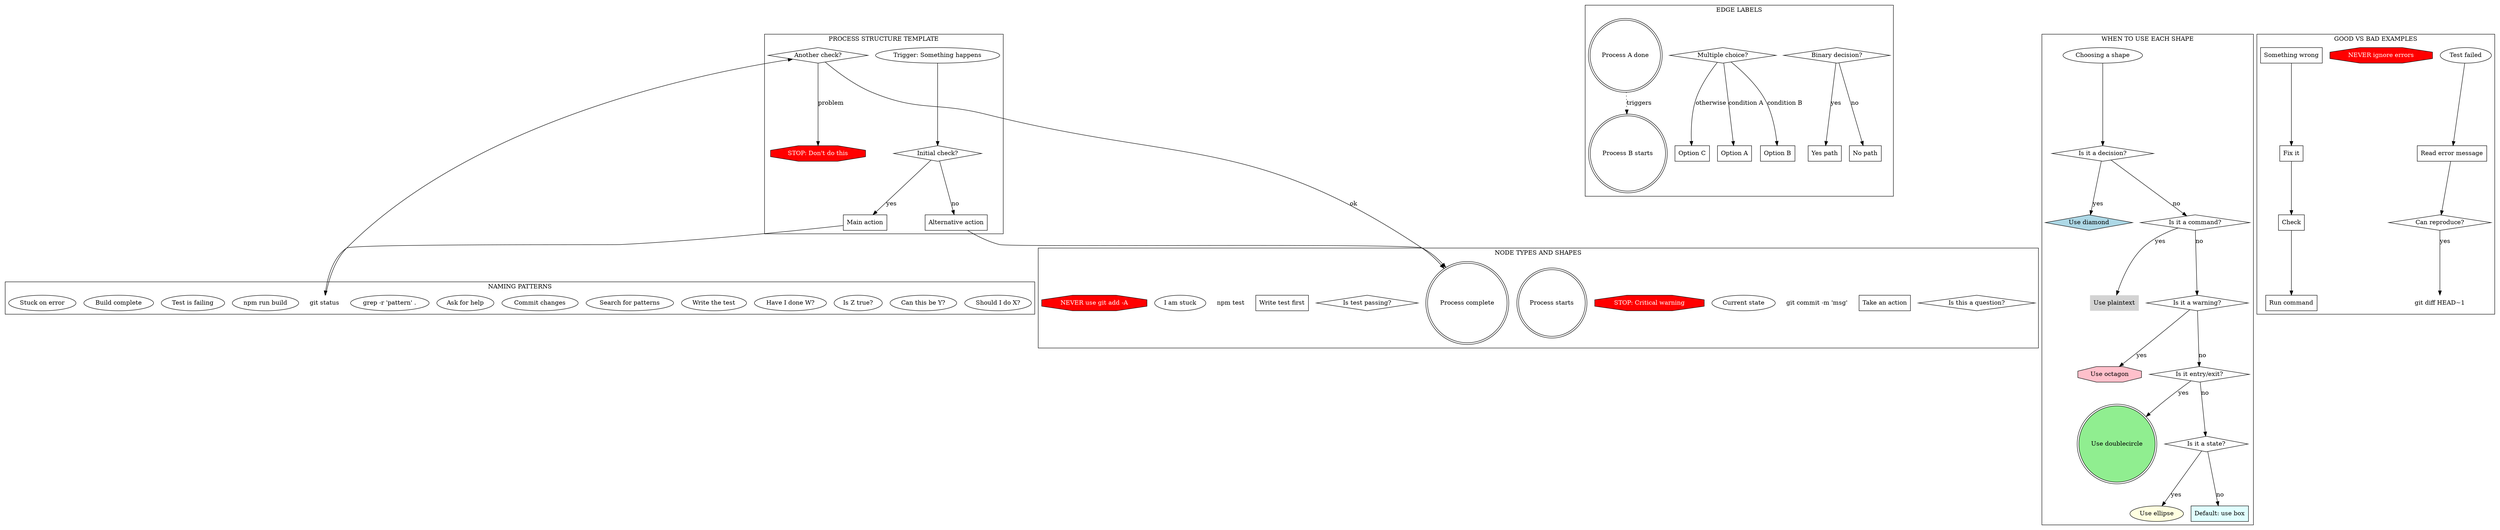
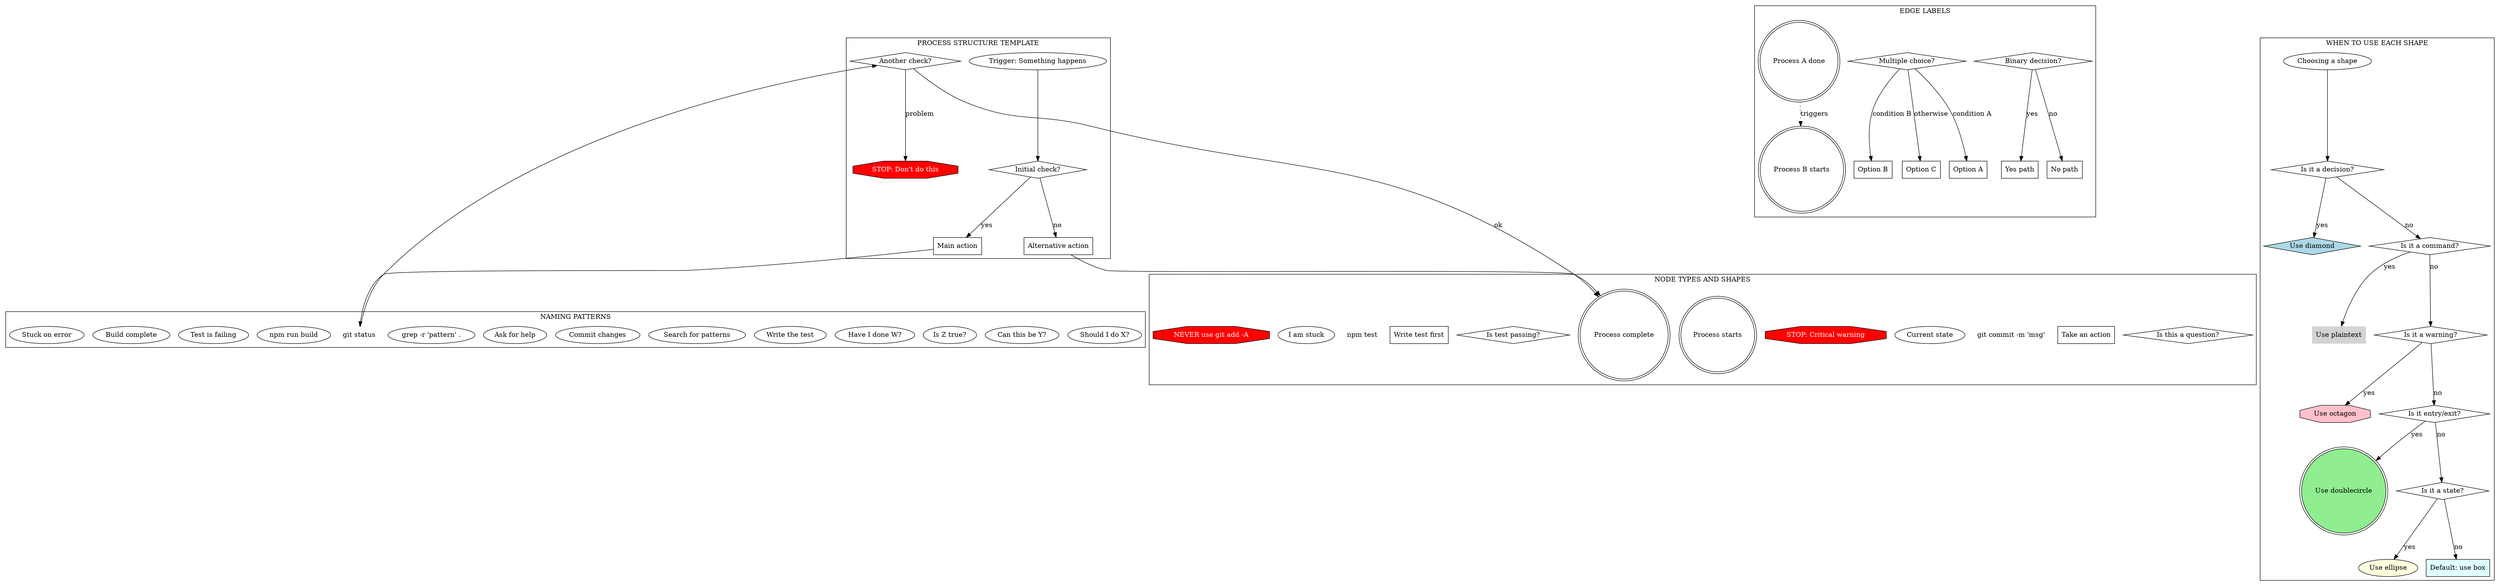
digraph STYLE_GUIDE {
    // The style guide for our process DSL, written in the DSL itself

    // Node type examples with their shapes
    subgraph cluster_node_types {
        label="NODE TYPES AND SHAPES";

        // Questions are diamonds
        "Is this a question?" [shape=diamond];

        // Actions are boxes (default)
        "Take an action" [shape=box];

        // Commands are plaintext
        "git commit -m 'msg'" [shape=plaintext];

        // States are ellipses
        "Current state" [shape=ellipse];

        // Warnings are octagons
        "STOP: Critical warning" [shape=octagon, style=filled, fillcolor=red, fontcolor=white];

        // Entry/exit are double circles
        "Process starts" [shape=doublecircle];
        "Process complete" [shape=doublecircle];

        // Examples of each
        "Is test passing?" [shape=diamond];
        "Write test first" [shape=box];
        "npm test" [shape=plaintext];
        "I am stuck" [shape=ellipse];
        "NEVER use git add -A" [shape=octagon, style=filled, fillcolor=red, fontcolor=white];
    }

    // Edge naming conventions
    subgraph cluster_edge_types {
        label="EDGE LABELS";

        "Binary decision?" [shape=diamond];
        "Yes path" [shape=box];
        "No path" [shape=box];

        "Binary decision?" -> "Yes path" [label="yes"];
        "Binary decision?" -> "No path" [label="no"];

        "Multiple choice?" [shape=diamond];
        "Option A" [shape=box];
        "Option B" [shape=box];
        "Option C" [shape=box];

        "Multiple choice?" -> "Option A" [label="condition A"];
        "Multiple choice?" -> "Option B" [label="condition B"];
        "Multiple choice?" -> "Option C" [label="otherwise"];

        "Process A done" [shape=doublecircle];
        "Process B starts" [shape=doublecircle];

        "Process A done" -> "Process B starts" [label="triggers", style=dotted];
    }

    // Naming patterns
    subgraph cluster_naming_patterns {
        label="NAMING PATTERNS";

        // Questions end with ?
        "Should I do X?";
        "Can this be Y?";
        "Is Z true?";
        "Have I done W?";

        // Actions start with verb
        "Write the test";
        "Search for patterns";
        "Commit changes";
        "Ask for help";

        // Commands are literal
        "grep -r 'pattern' .";
        "git status";
        "npm run build";

        // States describe situation
        "Test is failing";
        "Build complete";
        "Stuck on error";
    }

    // Process structure template
    subgraph cluster_structure {
        label="PROCESS STRUCTURE TEMPLATE";

        "Trigger: Something happens" [shape=ellipse];
        "Initial check?" [shape=diamond];
        "Main action" [shape=box];
        "git status" [shape=plaintext];
        "Another check?" [shape=diamond];
        "Alternative action" [shape=box];
        "STOP: Don't do this" [shape=octagon, style=filled, fillcolor=red, fontcolor=white];
        "Process complete" [shape=doublecircle];

        "Trigger: Something happens" -> "Initial check?";
        "Initial check?" -> "Main action" [label="yes"];
        "Initial check?" -> "Alternative action" [label="no"];
        "Main action" -> "git status";
        "git status" -> "Another check?";
        "Another check?" -> "Process complete" [label="ok"];
        "Another check?" -> "STOP: Don't do this" [label="problem"];
        "Alternative action" -> "Process complete";
    }

    // When to use which shape
    subgraph cluster_shape_rules {
        label="WHEN TO USE EACH SHAPE";

        "Choosing a shape" [shape=ellipse];

        "Is it a decision?" [shape=diamond];
        "Use diamond" [shape=diamond, style=filled, fillcolor=lightblue];

        "Is it a command?" [shape=diamond];
        "Use plaintext" [shape=plaintext, style=filled, fillcolor=lightgray];

        "Is it a warning?" [shape=diamond];
        "Use octagon" [shape=octagon, style=filled, fillcolor=pink];

        "Is it entry/exit?" [shape=diamond];
        "Use doublecircle" [shape=doublecircle, style=filled, fillcolor=lightgreen];

        "Is it a state?" [shape=diamond];
        "Use ellipse" [shape=ellipse, style=filled, fillcolor=lightyellow];

        "Default: use box" [shape=box, style=filled, fillcolor=lightcyan];

        "Choosing a shape" -> "Is it a decision?";
        "Is it a decision?" -> "Use diamond" [label="yes"];
        "Is it a decision?" -> "Is it a command?" [label="no"];
        "Is it a command?" -> "Use plaintext" [label="yes"];
        "Is it a command?" -> "Is it a warning?" [label="no"];
        "Is it a warning?" -> "Use octagon" [label="yes"];
        "Is it a warning?" -> "Is it entry/exit?" [label="no"];
        "Is it entry/exit?" -> "Use doublecircle" [label="yes"];
        "Is it entry/exit?" -> "Is it a state?" [label="no"];
        "Is it a state?" -> "Use ellipse" [label="yes"];
        "Is it a state?" -> "Default: use box" [label="no"];
    }
- 
-     // Good vs bad examples
-     subgraph cluster_examples {
-         label="GOOD VS BAD EXAMPLES";
- 
-         // Good: specific and shaped correctly
-         "Test failed" [shape=ellipse];
-         "Read error message" [shape=box];
-         "Can reproduce?" [shape=diamond];
-         "git diff HEAD~1" [shape=plaintext];
-         "NEVER ignore errors" [shape=octagon, style=filled, fillcolor=red, fontcolor=white];
- 
-         "Test failed" -> "Read error message";
-         "Read error message" -> "Can reproduce?";
-         "Can reproduce?" -> "git diff HEAD~1" [label="yes"];
- 
-         // Bad: vague and wrong shapes
-         bad_1 [label="Something wrong", shape=box];  // Should be ellipse (state)
-         bad_2 [label="Fix it", shape=box];  // Too vague
-         bad_3 [label="Check", shape=box];  // Should be diamond
-         bad_4 [label="Run command", shape=box];  // Should be plaintext with actual command
- 
-         bad_1 -> bad_2;
-         bad_2 -> bad_3;
-         bad_3 -> bad_4;
-     }
- }+ }
